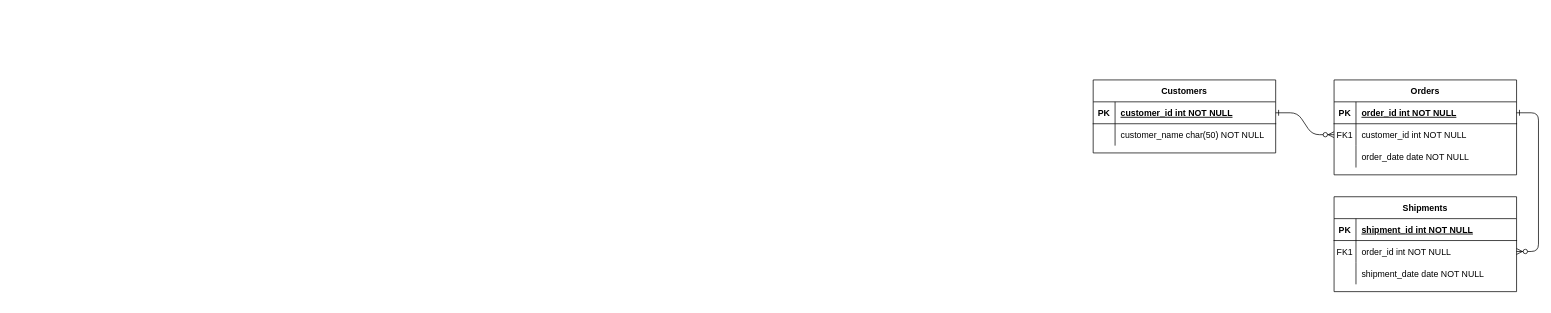
Above: Diagrama sin título.drawio in specialink/Prueba (draw.io), before the change. Source tidied: cells renumbered, new cells numbered last; positions are measured from the earlier drawing's top-left corner, leaving out a move shared by most shapes. Both pictures are drawn from the tidied source at 73%, with x=0, y=0 at pixel (1093, 80).
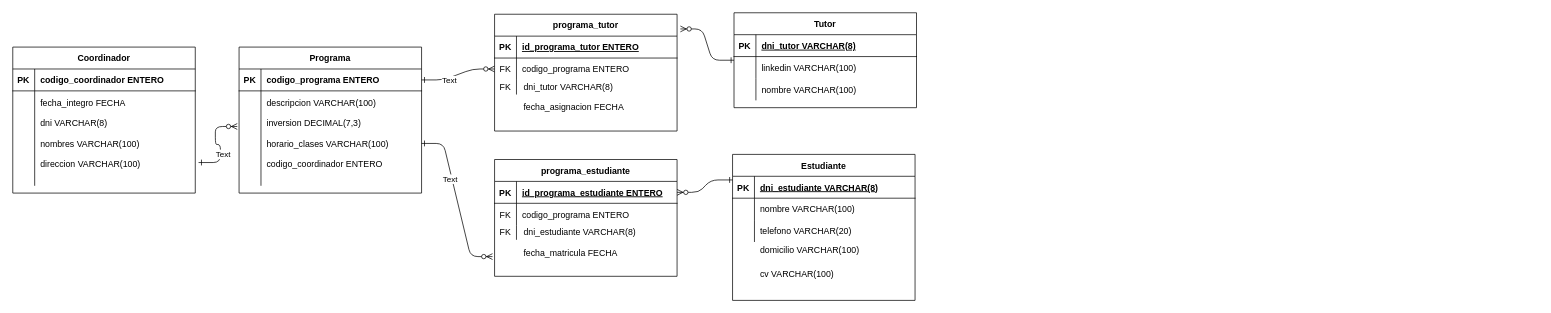
The same page after the edit.

Unchanged cells that the change refers to:
```xml
<mxCell id="2" style="edgeStyle=entityRelationEdgeStyle;endArrow=ERzeroToMany;startArrow=ERone;endFill=1;startFill=0;" parent="1" edge="1" source="25" target="8">
  <mxGeometry relative="1" as="geometry" />
</mxCell>
<mxCell id="15" style="shape=partialRectangle;fillColor=none;top=0;left=0;right=0;bottom=1;" parent="14" vertex="1">
  <mxGeometry y="30" width="250" height="30" as="geometry" />
</mxCell>
<mxCell id="18" style="shape=partialRectangle;fillColor=none;points=[[0,0.5],[1,0.5]];portConstraint=eastwest;top=0;left=0;right=0;bottom=0;" parent="14" vertex="1">
  <mxGeometry y="60" width="250" height="30" as="geometry" />
</mxCell>
<mxCell id="21" style="shape=partialRectangle;fillColor=none;top=0;left=0;right=0;bottom=0;" parent="14" vertex="1">
  <mxGeometry y="90" width="250" height="30" as="geometry" />
</mxCell>
<mxCell id="25" style="shape=partialRectangle;fillColor=none;points=[[0,0.5],[1,0.5]];portConstraint=eastwest;top=0;left=0;right=0;bottom=1;" parent="24" vertex="1">
  <mxGeometry y="30" width="250" height="30" as="geometry" />
</mxCell>
```

Change to the diagram source:
```diff
@@
+    <mxCell id="31" value="Text" style="edgeLabel;html=1;align=center;verticalAlign=middle;" parent="2" vertex="1">
+      <mxGeometry x="-0.28" y="-3" relative="1" as="geometry" />
+    </mxCell>
-    <mxCell id="3" style="edgeStyle=entityRelationEdgeStyle;endArrow=ERzeroToMany;startArrow=ERone;endFill=1;startFill=0;" parent="1" edge="1" source="5" target="18">
+    <mxCell id="3" style="edgeStyle=entityRelationEdgeStyle;endArrow=ERzeroToMany;startArrow=ERone;endFill=1;startFill=0;entryX=1;entryY=0.5;entryDx=0;entryDy=0;exitX=0;exitY=0.167;exitDx=0;exitDy=0;exitPerimeter=0;" parent="1" edge="1" source="64" target="47">
       <mxGeometry relative="1" as="geometry" />
     </mxCell>
-    <mxCell id="4" value="Orders" style="shape=table;startSize=30;childLayout=tableLayout;rowLines=0;fontStyle=1;align=center;" parent="1" vertex="1">
-      <mxGeometry x="330" width="250" height="130" as="geometry" />
-    </mxCell>
-    <mxCell id="5" style="shape=partialRectangle;fillColor=none;points=[[0,0.5],[1,0.5]];portConstraint=eastwest;top=0;left=0;right=0;bottom=1;" parent="4" vertex="1">
-      <mxGeometry y="30" width="250" height="30" as="geometry" />
-    </mxCell>
-    <mxCell id="6" value="PK" style="shape=partialRectangle;overflow=hidden;fillColor=none;top=0;left=0;bottom=0;right=0;fontStyle=1;" parent="5" vertex="1">
-      <mxGeometry width="30" height="30" as="geometry" />
-    </mxCell>
-    <mxCell id="7" value="order_id int NOT NULL " style="shape=partialRectangle;overflow=hidden;fillColor=none;top=0;left=0;bottom=0;right=0;align=left;spacingLeft=6;fontStyle=5;" parent="5" vertex="1">
-      <mxGeometry x="30" width="220" height="30" as="geometry" />
-    </mxCell>
-    <mxCell id="8" style="shape=partialRectangle;fillColor=none;points=[[0,0.5],[1,0.5]];portConstraint=eastwest;top=0;left=0;right=0;bottom=0;" parent="4" vertex="1">
-      <mxGeometry y="60" width="250" height="30" as="geometry" />
-    </mxCell>
-    <mxCell id="9" value="FK1" style="shape=partialRectangle;overflow=hidden;fillColor=none;top=0;left=0;bottom=0;right=0;" parent="8" vertex="1">
-      <mxGeometry width="30" height="30" as="geometry" />
-    </mxCell>
-    <mxCell id="10" value="customer_id int NOT NULL" style="shape=partialRectangle;overflow=hidden;fillColor=none;top=0;left=0;bottom=0;right=0;align=left;spacingLeft=6;" parent="8" vertex="1">
-      <mxGeometry x="30" width="220" height="30" as="geometry" />
-    </mxCell>
-    <mxCell id="11" style="shape=partialRectangle;fillColor=none;top=0;left=0;right=0;bottom=0;" parent="4" vertex="1">
-      <mxGeometry y="90" width="250" height="30" as="geometry" />
-    </mxCell>
-    <mxCell id="12" style="shape=partialRectangle;overflow=hidden;fillColor=none;top=0;left=0;bottom=0;right=0;" parent="11" vertex="1">
-      <mxGeometry width="30" height="30" as="geometry" />
-    </mxCell>
-    <mxCell id="13" value="order_date date NOT NULL" style="shape=partialRectangle;overflow=hidden;fillColor=none;top=0;left=0;bottom=0;right=0;align=left;spacingLeft=6;" parent="11" vertex="1">
-      <mxGeometry x="30" width="220" height="30" as="geometry" />
-    </mxCell>
-    <mxCell id="14" value="Shipments" style="shape=table;startSize=30;childLayout=tableLayout;rowLines=0;fontStyle=1;align=center;" parent="1" vertex="1">
-      <mxGeometry x="330" y="160" width="250" height="130" as="geometry" />
+    <mxCell id="14" value="Tutor" style="shape=table;startSize=30;childLayout=tableLayout;rowLines=0;fontStyle=1;align=center;" parent="1" vertex="1">
+      <mxGeometry x="-492" y="-92" width="250" height="130" as="geometry" />
     </mxCell>
@@
-    <mxCell id="17" value="shipment_id int NOT NULL " style="shape=partialRectangle;overflow=hidden;fillColor=none;top=0;left=0;bottom=0;right=0;align=left;spacingLeft=6;fontStyle=5;" parent="15" vertex="1">
+    <mxCell id="17" value="dni_tutor VARCHAR(8)" style="shape=partialRectangle;overflow=hidden;fillColor=none;top=0;left=0;bottom=0;right=0;align=left;spacingLeft=6;fontStyle=5;" parent="15" vertex="1">
       <mxGeometry x="30" width="220" height="30" as="geometry" />
     </mxCell>
@@
-    <mxCell id="19" value="FK1" style="shape=partialRectangle;overflow=hidden;fillColor=none;top=0;left=0;bottom=0;right=0;" parent="18" vertex="1">
+    <mxCell id="19" style="shape=partialRectangle;overflow=hidden;fillColor=none;top=0;left=0;bottom=0;right=0;" parent="18" vertex="1">
       <mxGeometry width="30" height="30" as="geometry" />
     </mxCell>
-    <mxCell id="20" value="order_id int NOT NULL" style="shape=partialRectangle;overflow=hidden;fillColor=none;top=0;left=0;bottom=0;right=0;align=left;spacingLeft=6;" parent="18" vertex="1">
+    <mxCell id="20" value="linkedin VARCHAR(100)" style="shape=partialRectangle;overflow=hidden;fillColor=none;top=0;left=0;bottom=0;right=0;align=left;spacingLeft=6;" parent="18" vertex="1">
       <mxGeometry x="30" width="220" height="30" as="geometry" />
     </mxCell>
@@
-    <mxCell id="23" value="shipment_date date NOT NULL" style="shape=partialRectangle;overflow=hidden;fillColor=none;top=0;left=0;bottom=0;right=0;align=left;spacingLeft=6;" parent="21" vertex="1">
+    <mxCell id="23" value="nombre VARCHAR(100)" style="shape=partialRectangle;overflow=hidden;fillColor=none;top=0;left=0;bottom=0;right=0;align=left;spacingLeft=6;" parent="21" vertex="1">
       <mxGeometry x="30" width="220" height="30" as="geometry" />
     </mxCell>
-    <mxCell id="24" value="Customers" style="shape=table;startSize=30;childLayout=tableLayout;rowLines=0;fontStyle=1;align=center;" parent="1" vertex="1">
-      <mxGeometry width="250" height="100" as="geometry" />
+    <mxCell id="24" value="Programa" style="shape=table;startSize=30;childLayout=tableLayout;rowLines=0;fontStyle=1;align=center;" parent="1" vertex="1">
+      <mxGeometry x="-1170" y="-45" width="250" height="200" as="geometry" />
     </mxCell>
@@
-    <mxCell id="27" value="customer_id int NOT NULL " style="shape=partialRectangle;overflow=hidden;fillColor=none;top=0;left=0;bottom=0;right=0;align=left;spacingLeft=6;fontStyle=5;" parent="25" vertex="1">
+    <mxCell id="27" value="codigo_programa ENTERO" style="shape=partialRectangle;overflow=hidden;fillColor=none;top=0;left=0;bottom=0;right=0;align=left;spacingLeft=6;fontStyle=1;" parent="25" vertex="1">
       <mxGeometry x="30" width="220" height="30" as="geometry" />
     </mxCell>
     <mxCell id="28" style="shape=partialRectangle;fillColor=none;points=[[0,0.5],[1,0.5]];portConstraint=eastwest;top=0;left=0;right=0;bottom=0;" parent="24" vertex="1">
-      <mxGeometry y="60" width="250" height="30" as="geometry" />
+      <mxGeometry y="60" width="250" height="130" as="geometry" />
     </mxCell>
     <mxCell id="29" style="shape=partialRectangle;overflow=hidden;fillColor=none;top=0;left=0;bottom=0;right=0;" parent="28" vertex="1">
-      <mxGeometry width="30" height="30" as="geometry" />
+      <mxGeometry width="30" height="130" as="geometry" />
     </mxCell>
-    <mxCell id="30" value="customer_name char(50) NOT NULL" style="shape=partialRectangle;overflow=hidden;fillColor=none;top=0;left=0;bottom=0;right=0;align=left;spacingLeft=6;" parent="28" vertex="1">
-      <mxGeometry x="30" width="220" height="30" as="geometry" />
+    <mxCell id="30" value="descripcion VARCHAR(100)&#10;&#10;inversion DECIMAL(7,3)&#10;&#10;horario_clases VARCHAR(100)&#10;&#10;codigo_coordinador ENTERO&#10;" style="shape=partialRectangle;overflow=hidden;fillColor=none;top=0;left=0;bottom=0;right=0;align=left;spacingLeft=6;" parent="28" vertex="1">
+      <mxGeometry x="30" width="220" height="130" as="geometry" />
     </mxCell>
+    <mxCell id="32" value="Coordinador" style="shape=table;startSize=30;childLayout=tableLayout;rowLines=0;fontStyle=1;align=center;" parent="1" vertex="1">
+      <mxGeometry x="-1480" y="-45" width="250" height="200" as="geometry" />
+    </mxCell>
+    <mxCell id="33" style="shape=partialRectangle;fillColor=none;top=0;left=0;right=0;bottom=1;" parent="32" vertex="1">
+      <mxGeometry y="30" width="250" height="30" as="geometry" />
+    </mxCell>
+    <mxCell id="34" value="PK" style="shape=partialRectangle;overflow=hidden;fillColor=none;top=0;left=0;bottom=0;right=0;fontStyle=1;" parent="33" vertex="1">
+      <mxGeometry width="30" height="30" as="geometry" />
+    </mxCell>
+    <mxCell id="35" value="codigo_coordinador ENTERO" style="shape=partialRectangle;overflow=hidden;fillColor=none;top=0;left=0;bottom=0;right=0;align=left;spacingLeft=6;fontStyle=1;" parent="33" vertex="1">
+      <mxGeometry x="30" width="220" height="30" as="geometry" />
+    </mxCell>
+    <mxCell id="36" style="shape=partialRectangle;fillColor=none;points=[[0,0.5],[1,0.5]];portConstraint=eastwest;top=0;left=0;right=0;bottom=0;" parent="32" vertex="1">
+      <mxGeometry y="60" width="250" height="130" as="geometry" />
+    </mxCell>
+    <mxCell id="37" style="shape=partialRectangle;overflow=hidden;fillColor=none;top=0;left=0;bottom=0;right=0;" parent="36" vertex="1">
+      <mxGeometry width="30" height="130" as="geometry" />
+    </mxCell>
+    <mxCell id="38" value="fecha_integro FECHA&#10;&#10;dni VARCHAR(8)&#10;&#10;nombres VARCHAR(100)&#10;&#10;direccion VARCHAR(100)&#10;" style="shape=partialRectangle;overflow=hidden;fillColor=none;top=0;left=0;bottom=0;right=0;align=left;spacingLeft=6;" parent="36" vertex="1">
+      <mxGeometry x="30" width="220" height="130" as="geometry" />
+    </mxCell>
+    <mxCell id="39" style="edgeStyle=entityRelationEdgeStyle;endArrow=ERzeroToMany;startArrow=ERone;endFill=1;startFill=0;entryX=-0.01;entryY=0.375;entryDx=0;entryDy=0;entryPerimeter=0;exitX=1.018;exitY=0.755;exitDx=0;exitDy=0;exitPerimeter=0;" parent="1" edge="1" source="36" target="28">
+      <mxGeometry relative="1" as="geometry">
+        <Array as="points">
+          <mxPoint x="-1210" y="230" />
+        </Array>
+      </mxGeometry>
+    </mxCell>
+    <mxCell id="40" value="Text" style="edgeLabel;html=1;align=center;verticalAlign=middle;rotation=0;" parent="39" vertex="1">
+      <mxGeometry x="-0.28" y="-3" relative="1" as="geometry" />
+    </mxCell>
+    <mxCell id="41" style="group;" parent="1" vertex="1">
+      <mxGeometry x="-820" y="-90" width="252" height="160" as="geometry" />
+    </mxCell>
+    <mxCell id="4" value="programa_tutor" style="shape=table;startSize=30;childLayout=tableLayout;rowLines=0;fontStyle=1;align=center;" parent="41" vertex="1">
+      <mxGeometry width="250" height="160" as="geometry" />
+    </mxCell>
+    <mxCell id="5" style="shape=partialRectangle;fillColor=none;points=[[0,0.5],[1,0.5]];portConstraint=eastwest;top=0;left=0;right=0;bottom=1;" parent="4" vertex="1">
+      <mxGeometry y="30" width="250" height="30" as="geometry" />
+    </mxCell>
+    <mxCell id="6" value="PK" style="shape=partialRectangle;overflow=hidden;fillColor=none;top=0;left=0;bottom=0;right=0;fontStyle=1;" parent="5" vertex="1">
+      <mxGeometry width="30" height="30" as="geometry" />
+    </mxCell>
+    <mxCell id="7" value="id_programa_tutor ENTERO" style="shape=partialRectangle;overflow=hidden;fillColor=none;top=0;left=0;bottom=0;right=0;align=left;spacingLeft=6;fontStyle=5;" parent="5" vertex="1">
+      <mxGeometry x="30" width="220" height="30" as="geometry" />
+    </mxCell>
+    <mxCell id="8" style="shape=partialRectangle;fillColor=none;points=[[0,0.5],[1,0.5]];portConstraint=eastwest;top=0;left=0;right=0;bottom=0;" parent="4" vertex="1">
+      <mxGeometry y="60" width="250" height="30" as="geometry" />
+    </mxCell>
+    <mxCell id="9" value="FK" style="shape=partialRectangle;overflow=hidden;fillColor=none;top=0;left=0;bottom=0;right=0;" parent="8" vertex="1">
+      <mxGeometry width="30" height="30" as="geometry" />
+    </mxCell>
+    <mxCell id="10" value="codigo_programa ENTERO" style="shape=partialRectangle;overflow=hidden;fillColor=none;top=0;left=0;bottom=0;right=0;align=left;spacingLeft=6;" parent="8" vertex="1">
+      <mxGeometry x="30" width="220" height="30" as="geometry" />
+    </mxCell>
+    <mxCell id="11" style="shape=partialRectangle;fillColor=none;top=0;left=0;right=0;bottom=0;" parent="4" vertex="1">
+      <mxGeometry y="90" width="250" height="20" as="geometry" />
+    </mxCell>
+    <mxCell id="12" style="shape=partialRectangle;overflow=hidden;fillColor=none;top=0;left=0;bottom=0;right=0;" parent="11" vertex="1">
+      <mxGeometry width="30" height="20" as="geometry" />
+    </mxCell>
+    <mxCell id="13" style="shape=partialRectangle;overflow=hidden;fillColor=none;top=0;left=0;bottom=0;right=0;align=left;spacingLeft=6;" parent="11" vertex="1">
+      <mxGeometry x="30" width="220" height="20" as="geometry" />
+    </mxCell>
+    <mxCell id="42" value="FK" style="shape=partialRectangle;overflow=hidden;fillColor=none;top=0;left=0;bottom=0;right=0;" parent="41" vertex="1">
+      <mxGeometry y="84" width="30" height="30" as="geometry" />
+    </mxCell>
+    <mxCell id="43" value="dni_tutor VARCHAR(8)" style="shape=partialRectangle;overflow=hidden;fillColor=none;top=0;left=0;bottom=0;right=0;align=left;spacingLeft=6;" parent="41" vertex="1">
+      <mxGeometry x="32" y="84" width="220" height="30" as="geometry" />
+    </mxCell>
+    <mxCell id="44" value="fecha_asignacion FECHA" style="shape=partialRectangle;overflow=hidden;fillColor=none;top=0;left=0;bottom=0;right=0;align=left;spacingLeft=6;" parent="41" vertex="1">
+      <mxGeometry x="32" y="112" width="220" height="30" as="geometry" />
+    </mxCell>
+    <mxCell id="45" style="group;" parent="1" vertex="1">
+      <mxGeometry x="-820" y="109" width="252" height="160" as="geometry" />
+    </mxCell>
+    <mxCell id="46" value="programa_estudiante" style="shape=table;startSize=30;childLayout=tableLayout;rowLines=0;fontStyle=1;align=center;" parent="45" vertex="1">
+      <mxGeometry width="250" height="160" as="geometry" />
+    </mxCell>
+    <mxCell id="47" style="shape=partialRectangle;fillColor=none;points=[[0,0.5],[1,0.5]];portConstraint=eastwest;top=0;left=0;right=0;bottom=1;" parent="46" vertex="1">
+      <mxGeometry y="30" width="250" height="30" as="geometry" />
+    </mxCell>
+    <mxCell id="48" value="PK" style="shape=partialRectangle;overflow=hidden;fillColor=none;top=0;left=0;bottom=0;right=0;fontStyle=1;" parent="47" vertex="1">
+      <mxGeometry width="30" height="30" as="geometry" />
+    </mxCell>
+    <mxCell id="49" value="id_programa_estudiante ENTERO" style="shape=partialRectangle;overflow=hidden;fillColor=none;top=0;left=0;bottom=0;right=0;align=left;spacingLeft=6;fontStyle=5;" parent="47" vertex="1">
+      <mxGeometry x="30" width="220" height="30" as="geometry" />
+    </mxCell>
+    <mxCell id="50" style="shape=partialRectangle;fillColor=none;top=0;left=0;right=0;bottom=0;" parent="46" vertex="1">
+      <mxGeometry y="60" width="250" height="30" as="geometry" />
+    </mxCell>
+    <mxCell id="51" value="FK" style="shape=partialRectangle;overflow=hidden;fillColor=none;top=0;left=0;bottom=0;right=0;" parent="50" vertex="1">
+      <mxGeometry width="30" height="30" as="geometry" />
+    </mxCell>
+    <mxCell id="52" value="codigo_programa ENTERO" style="shape=partialRectangle;overflow=hidden;fillColor=none;top=0;left=0;bottom=0;right=0;align=left;spacingLeft=6;" parent="50" vertex="1">
+      <mxGeometry x="30" width="220" height="30" as="geometry" />
+    </mxCell>
+    <mxCell id="53" style="shape=partialRectangle;fillColor=none;top=0;left=0;right=0;bottom=0;" parent="46" vertex="1">
+      <mxGeometry y="90" width="250" height="20" as="geometry" />
+    </mxCell>
+    <mxCell id="54" style="shape=partialRectangle;overflow=hidden;fillColor=none;top=0;left=0;bottom=0;right=0;" parent="53" vertex="1">
+      <mxGeometry width="30" height="20" as="geometry" />
+    </mxCell>
+    <mxCell id="55" style="shape=partialRectangle;overflow=hidden;fillColor=none;top=0;left=0;bottom=0;right=0;align=left;spacingLeft=6;" parent="53" vertex="1">
+      <mxGeometry x="30" width="220" height="20" as="geometry" />
+    </mxCell>
+    <mxCell id="56" value="FK" style="shape=partialRectangle;overflow=hidden;fillColor=none;top=0;left=0;bottom=0;right=0;" parent="45" vertex="1">
+      <mxGeometry y="84" width="30" height="30" as="geometry" />
+    </mxCell>
+    <mxCell id="57" value="dni_estudiante VARCHAR(8)" style="shape=partialRectangle;overflow=hidden;fillColor=none;top=0;left=0;bottom=0;right=0;align=left;spacingLeft=6;" parent="45" vertex="1">
+      <mxGeometry x="32" y="84" width="220" height="30" as="geometry" />
+    </mxCell>
+    <mxCell id="58" value="fecha_matricula FECHA" style="shape=partialRectangle;overflow=hidden;fillColor=none;top=0;left=0;bottom=0;right=0;align=left;spacingLeft=6;" parent="45" vertex="1">
+      <mxGeometry x="32" y="112" width="220" height="30" as="geometry" />
+    </mxCell>
+    <mxCell id="59" style="edgeStyle=entityRelationEdgeStyle;endArrow=ERzeroToMany;startArrow=ERone;endFill=1;startFill=0;exitX=1.011;exitY=0.846;exitDx=0;exitDy=0;exitPerimeter=0;" parent="1" edge="1">
+      <mxGeometry relative="1" as="geometry">
+        <mxPoint x="-920" y="87" as="sourcePoint" />
+        <mxPoint x="-822.8" y="242" as="targetPoint" />
+      </mxGeometry>
+    </mxCell>
+    <mxCell id="60" value="Text" style="edgeLabel;html=1;align=center;verticalAlign=middle;" parent="59" vertex="1">
+      <mxGeometry x="-0.28" y="-3" relative="1" as="geometry" />
+    </mxCell>
+    <mxCell id="61" style="edgeStyle=entityRelationEdgeStyle;endArrow=ERzeroToMany;startArrow=ERone;endFill=1;startFill=0;entryX=1.018;entryY=0.126;entryDx=0;entryDy=0;entryPerimeter=0;" parent="1" edge="1" source="14" target="4">
+      <mxGeometry relative="1" as="geometry">
+        <Array as="points">
+          <mxPoint x="-300" y="114.5" />
+          <mxPoint x="-370" y="-113.5" />
+        </Array>
+      </mxGeometry>
+    </mxCell>
+    <mxCell id="62" style="group;" parent="1" vertex="1">
+      <mxGeometry x="-494" y="102" width="250" height="200" as="geometry" />
+    </mxCell>
+    <mxCell id="63" value="Estudiante" style="shape=table;startSize=30;childLayout=tableLayout;rowLines=0;fontStyle=1;align=center;" parent="62" vertex="1">
+      <mxGeometry width="250" height="200" as="geometry" />
+    </mxCell>
+    <mxCell id="64" style="shape=partialRectangle;fillColor=none;points=[[0,0.5],[1,0.5]];portConstraint=eastwest;top=0;left=0;right=0;bottom=1;" parent="63" vertex="1">
+      <mxGeometry y="30" width="250" height="30" as="geometry" />
+    </mxCell>
+    <mxCell id="65" value="PK" style="shape=partialRectangle;overflow=hidden;fillColor=none;top=0;left=0;bottom=0;right=0;fontStyle=1;" parent="64" vertex="1">
+      <mxGeometry width="30" height="30" as="geometry" />
+    </mxCell>
+    <mxCell id="66" value="dni_estudiante VARCHAR(8)" style="shape=partialRectangle;overflow=hidden;fillColor=none;top=0;left=0;bottom=0;right=0;align=left;spacingLeft=6;fontStyle=5;" parent="64" vertex="1">
+      <mxGeometry x="30" width="220" height="30" as="geometry" />
+    </mxCell>
+    <mxCell id="67" style="shape=partialRectangle;fillColor=none;top=0;left=0;right=0;bottom=0;" parent="63" vertex="1">
+      <mxGeometry y="60" width="250" height="30" as="geometry" />
+    </mxCell>
+    <mxCell id="68" style="shape=partialRectangle;overflow=hidden;fillColor=none;top=0;left=0;bottom=0;right=0;" parent="67" vertex="1">
+      <mxGeometry width="30" height="30" as="geometry" />
+    </mxCell>
+    <mxCell id="69" value="nombre VARCHAR(100)" style="shape=partialRectangle;overflow=hidden;fillColor=none;top=0;left=0;bottom=0;right=0;align=left;spacingLeft=6;" parent="67" vertex="1">
+      <mxGeometry x="30" width="220" height="30" as="geometry" />
+    </mxCell>
+    <mxCell id="70" style="shape=partialRectangle;fillColor=none;top=0;left=0;right=0;bottom=0;" parent="63" vertex="1">
+      <mxGeometry y="90" width="250" height="30" as="geometry" />
+    </mxCell>
+    <mxCell id="71" style="shape=partialRectangle;overflow=hidden;fillColor=none;top=0;left=0;bottom=0;right=0;" parent="70" vertex="1">
+      <mxGeometry width="30" height="30" as="geometry" />
+    </mxCell>
+    <mxCell id="72" value="telefono VARCHAR(20)" style="shape=partialRectangle;overflow=hidden;fillColor=none;top=0;left=0;bottom=0;right=0;align=left;spacingLeft=6;" parent="70" vertex="1">
+      <mxGeometry x="30" width="220" height="30" as="geometry" />
+    </mxCell>
+    <mxCell id="73" value="domicilio VARCHAR(100)" style="shape=partialRectangle;overflow=hidden;fillColor=none;top=0;left=0;bottom=0;right=0;align=left;spacingLeft=6;" parent="62" vertex="1">
+      <mxGeometry x="30" y="116" width="220" height="30" as="geometry" />
+    </mxCell>
+    <mxCell id="74" value="cv VARCHAR(100)" style="shape=partialRectangle;overflow=hidden;fillColor=none;top=0;left=0;bottom=0;right=0;align=left;spacingLeft=6;" parent="62" vertex="1">
+      <mxGeometry x="30" y="148" width="220" height="30" as="geometry" />
+    </mxCell>
```
